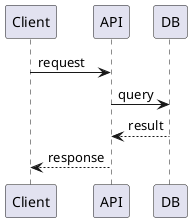
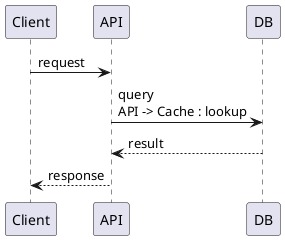
@startuml
Client -> API : request
- API -> DB : query
+ API -> DB : query\nAPI -> Cache : lookup
DB --> API : result
API --> Client : response
@enduml
